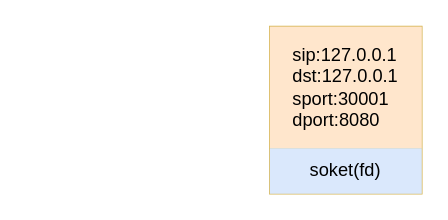
Before: sock_map_hash_example.drawio in xu1zhou/Documents, a draw.io diagram. Source tidied: cells renumbered, new cells numbered last; positions are measured from the earlier drawing's top-left corner, leaving out a move shared by most shapes. Both pictures are drawn from the tidied source at 152%, with x=0, y=0 at pixel (269, 26).
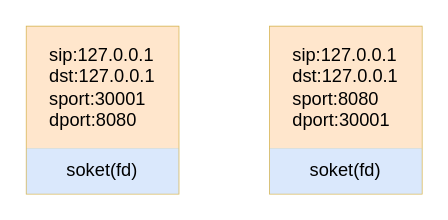
Above is the later version.

Change to the diagram source:
```diff
@@
 <mxGraphModel>
   <root>
     <mxCell id="0" />
     <mxCell id="1" parent="0" />
     <mxCell id="2" style="shape=table;html=1;whiteSpace=wrap;startSize=0;childLayout=tableLayout;verticalAlign=top;align=left;fillColor=#fff2cc;strokeColor=#d6b656;" parent="1" vertex="1">
       <mxGeometry width="100" height="110" as="geometry" />
     </mxCell>
     <mxCell id="3" style="shape=partialRectangle;html=1;whiteSpace=wrap;fillColor=none;top=0;left=0;bottom=0;right=0;verticalAlign=top;" parent="2" vertex="1">
       <mxGeometry width="100" height="80" as="geometry" />
     </mxCell>
-    <mxCell id="4" value="&lt;div style=&quot;text-align: justify&quot;&gt;&lt;span&gt;sip:127.0.0.1&lt;/span&gt;&lt;br&gt;&lt;/div&gt;&lt;div style=&quot;text-align: justify&quot;&gt;&lt;span&gt;dst:127.0.0.1&lt;/span&gt;&lt;/div&gt;&lt;div style=&quot;text-align: justify&quot;&gt;&lt;span&gt;sport:30001&lt;/span&gt;&lt;/div&gt;&lt;div style=&quot;text-align: justify&quot;&gt;&lt;span&gt;dport:8080&lt;/span&gt;&lt;/div&gt;" style="shape=partialRectangle;html=1;whiteSpace=wrap;overflow=hidden;fillColor=#ffe6cc;top=0;left=0;bottom=0;right=0;align=center;strokeColor=#d79b00;" parent="3" vertex="1">
+    <mxCell id="4" value="&lt;div style=&quot;text-align: justify&quot;&gt;&lt;span&gt;sip:127.0.0.1&lt;/span&gt;&lt;br&gt;&lt;/div&gt;&lt;div style=&quot;text-align: justify&quot;&gt;&lt;span&gt;dst:127.0.0.1&lt;/span&gt;&lt;/div&gt;&lt;div style=&quot;text-align: justify&quot;&gt;&lt;span&gt;sport:8080&lt;/span&gt;&lt;/div&gt;&lt;div style=&quot;text-align: justify&quot;&gt;&lt;span&gt;dport:30001&lt;/span&gt;&lt;/div&gt;" style="shape=partialRectangle;html=1;whiteSpace=wrap;overflow=hidden;fillColor=#ffe6cc;top=0;left=0;bottom=0;right=0;align=center;strokeColor=#d79b00;" parent="3" vertex="1">
       <mxGeometry width="100" height="80" as="geometry" />
     </mxCell>
     <mxCell id="5" style="shape=partialRectangle;html=1;whiteSpace=wrap;fillColor=none;top=0;left=0;bottom=0;right=0;" parent="2" vertex="1">
       <mxGeometry y="80" width="100" height="30" as="geometry" />
     </mxCell>
     <mxCell id="6" value="soket(fd)" style="shape=partialRectangle;html=1;whiteSpace=wrap;overflow=hidden;fillColor=#dae8fc;top=0;left=0;bottom=0;right=0;strokeColor=#6c8ebf;" parent="5" vertex="1">
       <mxGeometry width="100" height="30" as="geometry" />
     </mxCell>
+    <mxCell id="7" style="shape=table;html=1;whiteSpace=wrap;startSize=0;childLayout=tableLayout;verticalAlign=top;align=left;fillColor=#fff2cc;strokeColor=#d6b656;" parent="1" vertex="1">
+      <mxGeometry x="-160" width="100" height="110" as="geometry" />
+    </mxCell>
+    <mxCell id="8" style="shape=partialRectangle;html=1;whiteSpace=wrap;fillColor=none;top=0;left=0;bottom=0;right=0;verticalAlign=top;" parent="7" vertex="1">
+      <mxGeometry width="100" height="80" as="geometry" />
+    </mxCell>
+    <mxCell id="9" value="&lt;div style=&quot;text-align: justify&quot;&gt;&lt;span&gt;sip:127.0.0.1&lt;/span&gt;&lt;br&gt;&lt;/div&gt;&lt;div style=&quot;text-align: justify&quot;&gt;&lt;span&gt;dst:127.0.0.1&lt;/span&gt;&lt;/div&gt;&lt;div style=&quot;text-align: justify&quot;&gt;&lt;span&gt;sport:30001&lt;/span&gt;&lt;/div&gt;&lt;div style=&quot;text-align: justify&quot;&gt;&lt;span&gt;dport:8080&lt;/span&gt;&lt;/div&gt;" style="shape=partialRectangle;html=1;whiteSpace=wrap;overflow=hidden;fillColor=#ffe6cc;top=0;left=0;bottom=0;right=0;align=center;strokeColor=#d79b00;" parent="8" vertex="1">
+      <mxGeometry width="100" height="80" as="geometry" />
+    </mxCell>
+    <mxCell id="10" style="shape=partialRectangle;html=1;whiteSpace=wrap;fillColor=none;top=0;left=0;bottom=0;right=0;" parent="7" vertex="1">
+      <mxGeometry y="80" width="100" height="30" as="geometry" />
+    </mxCell>
+    <mxCell id="11" value="soket(fd)" style="shape=partialRectangle;html=1;whiteSpace=wrap;overflow=hidden;fillColor=#dae8fc;top=0;left=0;bottom=0;right=0;strokeColor=#6c8ebf;" parent="10" vertex="1">
+      <mxGeometry width="100" height="30" as="geometry" />
+    </mxCell>
   </root>
 </mxGraphModel>
```
